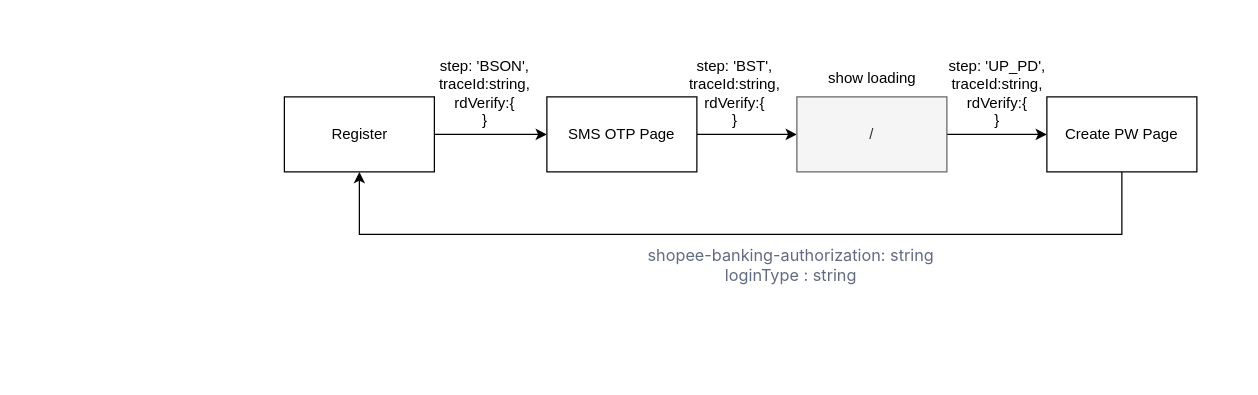
The draw.io diagram useVerify/page flow.drawio in RexYao97/sfrex, before the edit. Source tidied: cells renumbered, new cells numbered last; positions are measured from the earlier drawing's top-left corner, leaving out a move shared by most shapes. Both pictures are drawn from the tidied source at 125%, with x=0, y=0 at pixel (284, 28).
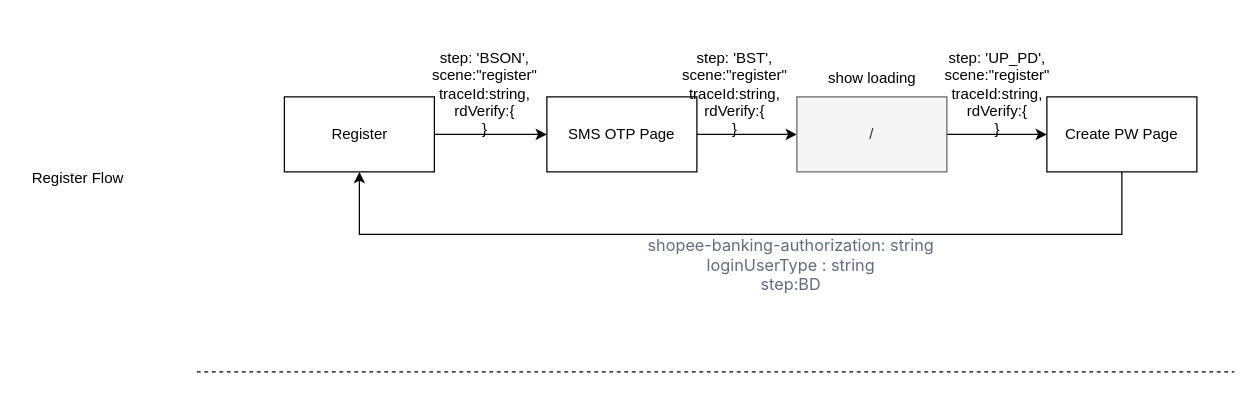
The same page after the edit.

Change to the diagram source:
```diff
@@
-    <mxCell id="7" value="&lt;br&gt;&lt;span style=&quot;&quot;&gt; &lt;/span&gt;step: 'BSON',&lt;br&gt;traceId:string,&lt;br&gt;rdVerify:{&lt;br&gt;}" style="text;html=1;align=center;verticalAlign=middle;strokeColor=none;fillColor=none;" parent="1" vertex="1">
-      <mxGeometry x="110" width="100" height="90" as="geometry" />
+    <mxCell id="7" value="&lt;br&gt;&lt;span style=&quot;&quot;&gt; &lt;/span&gt;step: 'BSON',&lt;br&gt;scene:&quot;register&quot;&lt;br&gt;traceId:string,&lt;br&gt;rdVerify:{&lt;br&gt;}" style="text;html=1;align=center;verticalAlign=middle;strokeColor=none;fillColor=none;" parent="1" vertex="1">
+      <mxGeometry x="105" y="-5" width="110" height="100" as="geometry" />
     </mxCell>
-    <mxCell id="8" value="&lt;br&gt;&lt;span style=&quot;&quot;&gt; &lt;/span&gt;step: 'BST',&lt;br&gt;traceId:string,&lt;br&gt;rdVerify:{&lt;br&gt;}" style="text;html=1;align=center;verticalAlign=middle;strokeColor=none;fillColor=none;" parent="1" vertex="1">
-      <mxGeometry x="310" width="100" height="90" as="geometry" />
+    <mxCell id="8" value="&lt;br&gt;&lt;span style=&quot;&quot;&gt; &lt;/span&gt;step: 'BST',&lt;br&gt;scene:&quot;register&quot;&lt;br&gt;traceId:string,&lt;br&gt;rdVerify:{&lt;br&gt;}" style="text;html=1;align=center;verticalAlign=middle;strokeColor=none;fillColor=none;" parent="1" vertex="1">
+      <mxGeometry x="305" y="-5" width="110" height="100" as="geometry" />
     </mxCell>
@@
-    <mxCell id="14" value="&lt;br&gt;&lt;span style=&quot;&quot;&gt; &lt;/span&gt;step: 'UP_PD',&lt;br&gt;traceId:string,&lt;br&gt;rdVerify:{&lt;br&gt;}" style="text;html=1;align=center;verticalAlign=middle;strokeColor=none;fillColor=none;" parent="1" vertex="1">
-      <mxGeometry x="520" width="100" height="90" as="geometry" />
+    <mxCell id="14" value="&lt;br&gt;&lt;span style=&quot;&quot;&gt; &lt;/span&gt;step: 'UP_PD',&lt;br&gt;scene:&quot;register&quot;&lt;br&gt;traceId:string,&lt;br&gt;rdVerify:{&lt;br&gt;}" style="text;html=1;align=center;verticalAlign=middle;strokeColor=none;fillColor=none;" parent="1" vertex="1">
+      <mxGeometry x="515" y="-5" width="110" height="100" as="geometry" />
     </mxCell>
-    <mxCell id="15" value="&lt;span style=&quot;color: rgba(13, 27, 62, 0.65); font-family: &amp;quot;Monospaced Number&amp;quot;, &amp;quot;Chinese Quote&amp;quot;, -apple-system, &amp;quot;system-ui&amp;quot;, &amp;quot;Segoe UI&amp;quot;, Roboto, &amp;quot;PingFang SC&amp;quot;, &amp;quot;Hiragino Sans GB&amp;quot;, &amp;quot;Microsoft YaHei&amp;quot;, &amp;quot;Helvetica Neue&amp;quot;, Helvetica, Arial, sans-serif; font-size: 13px; text-align: left; background-color: rgb(255, 255, 255);&quot;&gt;shopee-banking-authorization: string&lt;br&gt;loginType : string&lt;br&gt;&lt;/span&gt;" style="text;html=1;align=center;verticalAlign=middle;strokeColor=none;fillColor=none;" parent="1" vertex="1">
-      <mxGeometry x="280" y="165" width="250" height="50" as="geometry" />
+    <mxCell id="15" value="&lt;span style=&quot;color: rgba(13, 27, 62, 0.65); font-family: &amp;quot;Monospaced Number&amp;quot;, &amp;quot;Chinese Quote&amp;quot;, -apple-system, &amp;quot;system-ui&amp;quot;, &amp;quot;Segoe UI&amp;quot;, Roboto, &amp;quot;PingFang SC&amp;quot;, &amp;quot;Hiragino Sans GB&amp;quot;, &amp;quot;Microsoft YaHei&amp;quot;, &amp;quot;Helvetica Neue&amp;quot;, Helvetica, Arial, sans-serif; font-size: 13px; text-align: left; background-color: rgb(255, 255, 255);&quot;&gt;shopee-banking-authorization: string&lt;br&gt;loginUserType : string&lt;br&gt;step:BD&lt;br&gt;&lt;/span&gt;" style="text;html=1;align=center;verticalAlign=middle;strokeColor=none;fillColor=none;" parent="1" vertex="1">
+      <mxGeometry x="280" y="160" width="250" height="60" as="geometry" />
     </mxCell>
+    <mxCell id="16" style="endArrow=none;dashed=1;html=1;rounded=0;" parent="1" edge="1">
+      <mxGeometry relative="1" as="geometry">
+        <mxPoint x="-70" y="275" as="sourcePoint" />
+        <mxPoint x="760" y="275" as="targetPoint" />
+      </mxGeometry>
+    </mxCell>
+    <mxCell id="17" value="Register Flow" style="text;html=1;strokeColor=none;fillColor=none;align=center;verticalAlign=middle;whiteSpace=wrap;rounded=0;" parent="1" vertex="1">
+      <mxGeometry x="-210" y="105" width="90" height="30" as="geometry" />
+    </mxCell>
```
